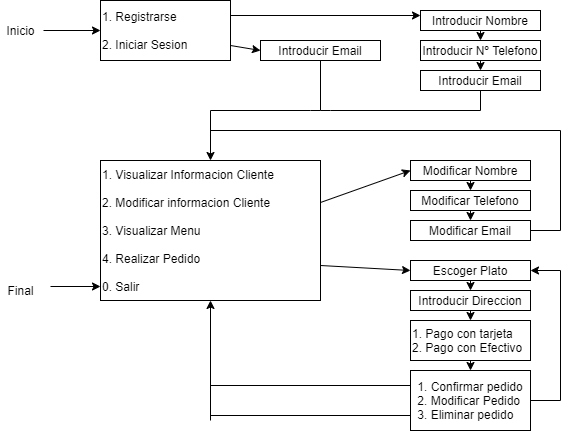
Earlier version of the draw.io export docs/Interfaz_Usuario.png (alexrodri04/restaurante2). Source tidied: cells renumbered, new cells last; positions are measured from the earlier drawing's top-left corner, leaving out a move shared by most shapes.
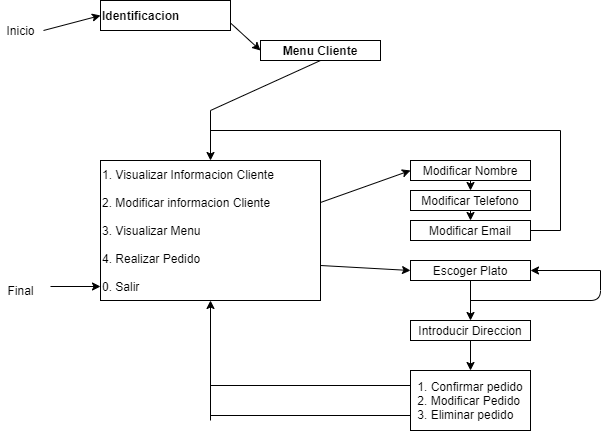
The same file after the commit.

Diff of the diagram source:
```diff
@@ -2,8 +2,8 @@
   <root>
     <mxCell id="0" />
     <mxCell id="1" parent="0" />
-    <mxCell id="2" value="1. Registrarse&lt;br&gt;&lt;br&gt;2. Iniciar Sesion" style="rounded=0;whiteSpace=wrap;html=1;align=left;" parent="1" vertex="1">
-      <mxGeometry x="100" width="130" height="60" as="geometry" />
+    <mxCell id="2" value="&lt;b&gt;Identificacion&lt;/b&gt;" style="rounded=0;whiteSpace=wrap;html=1;align=left;" parent="1" vertex="1">
+      <mxGeometry x="100" width="130" height="30" as="geometry" />
     </mxCell>
     <mxCell id="3" value="Inicio" style="text;html=1;align=center;verticalAlign=middle;points=[];" parent="1" vertex="1">
       <mxGeometry y="20" width="40" height="20" as="geometry" />
@@ -11,52 +11,20 @@
     <mxCell id="4" style="endArrow=classic;html=1;entryX=0;entryY=0.5;entryDx=0;entryDy=0;exitX=1.075;exitY=0.5;exitDx=0;exitDy=0;exitPerimeter=0;" parent="1" edge="1" source="3" target="2">
       <mxGeometry relative="1" as="geometry" />
     </mxCell>
-    <mxCell id="5" value="Introducir Nombre" style="rounded=0;whiteSpace=wrap;html=1;" parent="1" vertex="1">
-      <mxGeometry x="420" y="10" width="120" height="20" as="geometry" />
-    </mxCell>
-    <mxCell id="6" value="Introducir Nº Telefono" style="rounded=0;whiteSpace=wrap;html=1;" parent="1" vertex="1">
-      <mxGeometry x="420" y="40" width="120" height="20" as="geometry" />
-    </mxCell>
-    <mxCell id="7" value="Introducir Email" style="rounded=0;whiteSpace=wrap;html=1;" parent="1" vertex="1">
-      <mxGeometry x="420" y="70" width="120" height="20" as="geometry" />
-    </mxCell>
-    <mxCell id="8" style="endArrow=classic;html=1;entryX=0.5;entryY=0;entryDx=0;entryDy=0;exitX=0.5;exitY=1;exitDx=0;exitDy=0;" parent="1" edge="1" source="5" target="6">
-      <mxGeometry relative="1" as="geometry" />
-    </mxCell>
-    <mxCell id="9" style="endArrow=classic;html=1;entryX=0.5;entryY=0;entryDx=0;entryDy=0;exitX=0.5;exitY=1;exitDx=0;exitDy=0;" parent="1" edge="1" source="6" target="7">
-      <mxGeometry relative="1" as="geometry" />
-    </mxCell>
-    <mxCell id="10" style="endArrow=none;html=1;entryX=0.5;entryY=1;entryDx=0;entryDy=0;" parent="1" edge="1" target="7">
-      <mxGeometry relative="1" as="geometry">
-        <mxPoint x="480" y="110" as="sourcePoint" />
-      </mxGeometry>
-    </mxCell>
-    <mxCell id="11" value="Introducir Email" style="rounded=0;whiteSpace=wrap;html=1;" parent="1" vertex="1">
+    <mxCell id="11" value="&lt;b&gt;Menu Cliente&lt;/b&gt;" style="rounded=0;whiteSpace=wrap;html=1;" parent="1" vertex="1">
       <mxGeometry x="260" y="40" width="120" height="20" as="geometry" />
     </mxCell>
     <mxCell id="12" style="endArrow=classic;html=1;entryX=0;entryY=0.5;entryDx=0;entryDy=0;exitX=1;exitY=0.75;exitDx=0;exitDy=0;" parent="1" edge="1" source="2" target="11">
       <mxGeometry relative="1" as="geometry" />
     </mxCell>
-    <mxCell id="13" style="endArrow=classic;html=1;entryX=0;entryY=0.25;entryDx=0;entryDy=0;exitX=1;exitY=0.25;exitDx=0;exitDy=0;" parent="1" edge="1" source="2" target="5">
-      <mxGeometry relative="1" as="geometry" />
-    </mxCell>
     <mxCell id="14" style="endArrow=none;html=1;entryX=0.5;entryY=1;entryDx=0;entryDy=0;" parent="1" edge="1" target="11">
       <mxGeometry relative="1" as="geometry">
-        <mxPoint x="320" y="110" as="sourcePoint" />
+        <mxPoint x="210" y="110" as="sourcePoint" />
       </mxGeometry>
     </mxCell>
     <mxCell id="15" style="endArrow=classic;html=1;entryX=0;entryY=0.5;entryDx=0;entryDy=0;exitX=1;exitY=0.3;exitDx=0;exitDy=0;exitPerimeter=0;" parent="1" edge="1" source="17" target="18">
       <mxGeometry relative="1" as="geometry" />
     </mxCell>
-    <mxCell id="16" style="endArrow=none;html=1;" parent="1" edge="1">
-      <mxGeometry relative="1" as="geometry">
-        <mxPoint x="210" y="110" as="sourcePoint" />
-        <mxPoint x="480" y="110" as="targetPoint" />
-        <Array as="points">
-          <mxPoint x="320" y="110" />
-        </Array>
-      </mxGeometry>
-    </mxCell>
     <mxCell id="17" value="1. Visualizar Informacion Cliente&lt;br&gt;&lt;br&gt;2. Modificar informacion Cliente&lt;br&gt;&lt;br&gt;3. Visualizar Menu&lt;br&gt;&lt;br&gt;4. Realizar Pedido&lt;br&gt;&lt;br&gt;0. Salir" style="rounded=0;whiteSpace=wrap;html=1;align=left;" parent="1" vertex="1">
       <mxGeometry x="100" y="160" width="220" height="140" as="geometry" />
     </mxCell>
@@ -101,11 +69,8 @@
       <mxGeometry x="410" y="260" width="120" height="20" as="geometry" />
     </mxCell>
     <mxCell id="28" value="Introducir Direccion" style="rounded=0;whiteSpace=wrap;html=1;" parent="1" vertex="1">
-      <mxGeometry x="410" y="290" width="120" height="20" as="geometry" />
+      <mxGeometry x="410" y="320" width="120" height="20" as="geometry" />
     </mxCell>
-    <mxCell id="29" value="1. Pago con tarjeta&lt;br&gt;2. Pago con Efectivo" style="rounded=0;whiteSpace=wrap;html=1;align=left;" parent="1" vertex="1">
-      <mxGeometry x="410" y="320" width="120" height="40" as="geometry" />
-    </mxCell>
     <mxCell id="30" value="1. Confirmar pedido&lt;br&gt;&lt;div style=&quot;text-align: left&quot;&gt;&lt;span&gt;2. Modificar Pedido&lt;/span&gt;&lt;/div&gt;&lt;div style=&quot;text-align: left&quot;&gt;&lt;span&gt;3. Eliminar pedido&lt;/span&gt;&lt;/div&gt;" style="rounded=0;whiteSpace=wrap;html=1;" parent="1" vertex="1">
       <mxGeometry x="410" y="370" width="120" height="60" as="geometry" />
     </mxCell>
@@ -125,12 +90,9 @@
     <mxCell id="34" style="endArrow=classic;html=1;entryX=0.5;entryY=0;entryDx=0;entryDy=0;exitX=0.5;exitY=1;exitDx=0;exitDy=0;" parent="1" edge="1" source="27" target="28">
       <mxGeometry relative="1" as="geometry" />
     </mxCell>
-    <mxCell id="35" style="endArrow=classic;html=1;entryX=0.5;entryY=0;entryDx=0;entryDy=0;exitX=0.5;exitY=1;exitDx=0;exitDy=0;" parent="1" edge="1" source="28" target="29">
+    <mxCell id="35" style="endArrow=classic;html=1;entryX=0.5;entryY=0;entryDx=0;entryDy=0;exitX=0.5;exitY=1;exitDx=0;exitDy=0;" parent="1" edge="1" source="28" target="30">
       <mxGeometry relative="1" as="geometry" />
     </mxCell>
-    <mxCell id="36" style="endArrow=classic;html=1;entryX=0.5;entryY=0;entryDx=0;entryDy=0;exitX=0.5;exitY=1;exitDx=0;exitDy=0;" parent="1" edge="1" source="29" target="30">
-      <mxGeometry relative="1" as="geometry" />
-    </mxCell>
     <mxCell id="37" style="endArrow=none;html=1;entryX=0;entryY=0.75;entryDx=0;entryDy=0;" parent="1" edge="1" target="30">
       <mxGeometry relative="1" as="geometry">
         <mxPoint x="210" y="415" as="sourcePoint" />
@@ -142,20 +104,9 @@
         <mxPoint x="210" y="420" as="targetPoint" />
       </mxGeometry>
     </mxCell>
-    <mxCell id="39" style="endArrow=none;html=1;entryX=1;entryY=0.5;entryDx=0;entryDy=0;" parent="1" edge="1" target="30">
-      <mxGeometry relative="1" as="geometry">
-        <mxPoint x="560" y="400" as="sourcePoint" />
-      </mxGeometry>
-    </mxCell>
-    <mxCell id="40" style="endArrow=none;html=1;" parent="1" edge="1">
-      <mxGeometry relative="1" as="geometry">
-        <mxPoint x="560" y="270" as="sourcePoint" />
-        <mxPoint x="560" y="400" as="targetPoint" />
-      </mxGeometry>
-    </mxCell>
     <mxCell id="41" style="endArrow=classic;html=1;entryX=1;entryY=0.5;entryDx=0;entryDy=0;" parent="1" edge="1" target="27">
       <mxGeometry relative="1" as="geometry">
-        <mxPoint x="560" y="270" as="sourcePoint" />
+        <mxPoint x="600" y="270" as="sourcePoint" />
       </mxGeometry>
     </mxCell>
     <mxCell id="42" style="endArrow=none;html=1;" parent="1" edge="1">
@@ -172,5 +123,14 @@
     <mxCell id="44" value="Final" style="text;html=1;align=center;verticalAlign=middle;" parent="1" vertex="1">
       <mxGeometry y="280" width="40" height="20" as="geometry" />
     </mxCell>
+    <mxCell id="45" style="endArrow=none;html=1;" parent="1" edge="1">
+      <mxGeometry relative="1" as="geometry">
+        <mxPoint x="470" y="300" as="sourcePoint" />
+        <mxPoint x="600" y="270" as="targetPoint" />
+        <Array as="points">
+          <mxPoint x="600" y="300" />
+        </Array>
+      </mxGeometry>
+    </mxCell>
   </root>
 </mxGraphModel>
```
